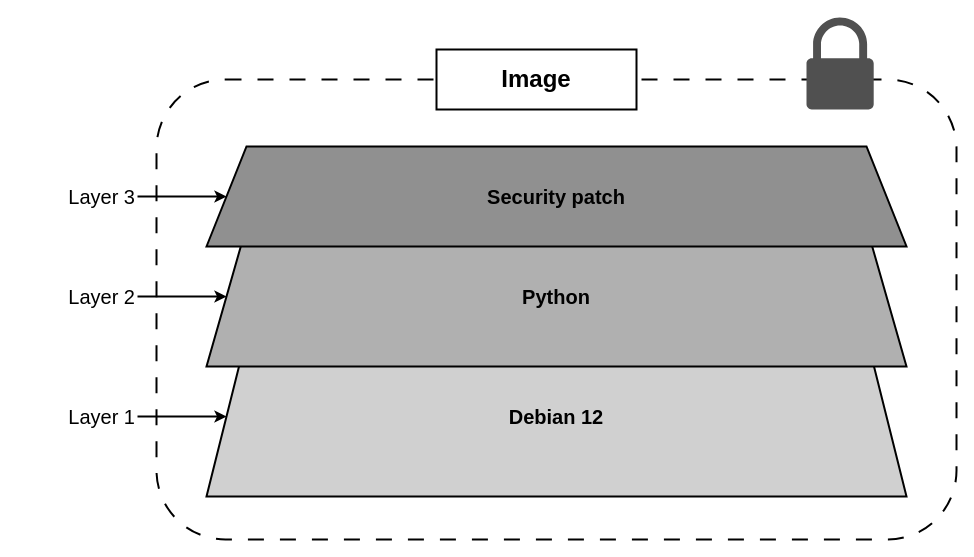
This is figures/poultonDockerDeepDive2019-imageLayerExample.drawio from andygruber/master-thesis-mcce, a draw.io file, before an edit. Source tidied: cells renumbered, new cells numbered last; positions are measured from the earlier drawing's top-left corner, leaving out a move shared by most shapes. Both pictures are drawn from the tidied source at 100%, with x=0, y=0 at pixel (57, 17).
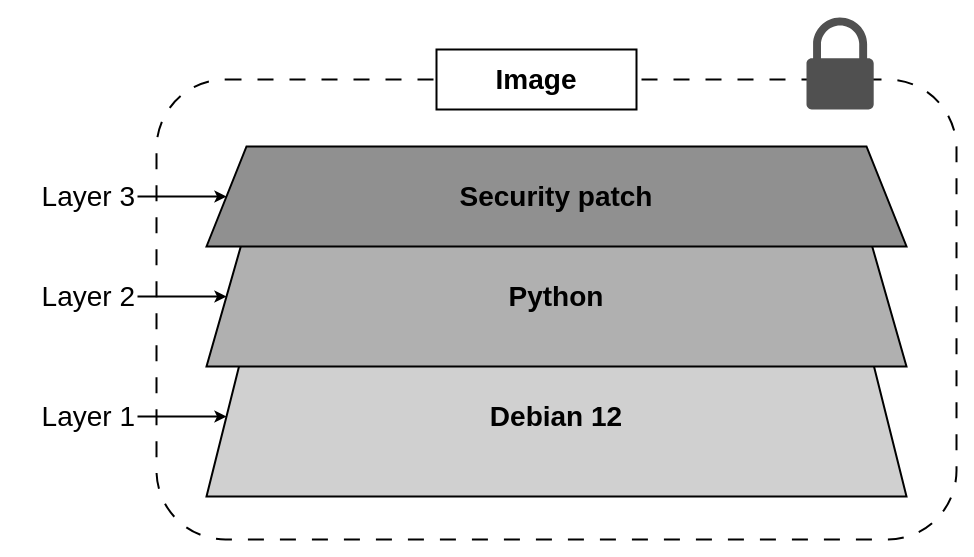
The same diagram, later.

The edit, as a diff of the source:
```diff
@@
 <mxGraphModel>
   <root>
     <mxCell id="0" />
     <mxCell id="1" parent="0" />
     <mxCell id="2" style="rounded=1;whiteSpace=wrap;html=1;fillColor=none;strokeColor=#000000;strokeWidth=2;dashed=1;dashPattern=8 8;" parent="1" vertex="1">
       <mxGeometry x="99" y="62" width="800" height="460" as="geometry" />
     </mxCell>
-    <mxCell id="3" value="Image" style="rounded=0;whiteSpace=wrap;html=1;fillColor=#FFFFFF;strokeColor=#000000;fontColor=#000000;fontSize=24;fontStyle=1;verticalAlign=middle;strokeWidth=2;" parent="1" vertex="1">
+    <mxCell id="3" value="Image" style="rounded=0;whiteSpace=wrap;html=1;fillColor=#FFFFFF;strokeColor=#000000;fontColor=#000000;fontSize=28;fontStyle=1;verticalAlign=middle;strokeWidth=2;" parent="1" vertex="1">
       <mxGeometry x="379" y="32" width="200" height="60" as="geometry" />
     </mxCell>
-    <mxCell id="4" value="Layer 3" style="text;html=1;strokeColor=none;fillColor=none;align=right;verticalAlign=middle;whiteSpace=wrap;rounded=0;fontColor=#000000;fontSize=20;" parent="1" vertex="1">
-      <mxGeometry y="159" width="80" height="40" as="geometry" />
+    <mxCell id="4" value="Layer 3" style="text;html=1;strokeColor=none;fillColor=none;align=right;verticalAlign=middle;whiteSpace=wrap;rounded=0;fontColor=#000000;fontSize=28;" parent="1" vertex="1">
+      <mxGeometry x="-40" y="159" width="120" height="40" as="geometry" />
     </mxCell>
     <mxCell id="5" style="endArrow=classic;html=1;rounded=0;strokeColor=#000000;strokeWidth=2;entryX=0;entryY=0.5;entryDx=0;entryDy=0;" parent="1" edge="1" target="15">
       <mxGeometry relative="1" as="geometry">
         <mxPoint x="80" y="179" as="sourcePoint" />
       </mxGeometry>
     </mxCell>
-    <mxCell id="6" value="Layer 2" style="text;html=1;strokeColor=none;fillColor=none;align=right;verticalAlign=middle;whiteSpace=wrap;rounded=0;fontColor=#000000;fontSize=20;" parent="1" vertex="1">
-      <mxGeometry y="259" width="80" height="40" as="geometry" />
+    <mxCell id="6" value="Layer 2" style="text;html=1;strokeColor=none;fillColor=none;align=right;verticalAlign=middle;whiteSpace=wrap;rounded=0;fontColor=#000000;fontSize=28;" parent="1" vertex="1">
+      <mxGeometry x="-30" y="259" width="110" height="40" as="geometry" />
     </mxCell>
     <mxCell id="7" style="endArrow=classic;html=1;rounded=0;strokeColor=#000000;strokeWidth=2;entryX=0;entryY=0.5;entryDx=0;entryDy=0;" parent="1" edge="1" target="13">
       <mxGeometry relative="1" as="geometry">
         <mxPoint x="80" y="279" as="sourcePoint" />
       </mxGeometry>
     </mxCell>
     <mxCell id="8" style="shape=trapezoid;perimeter=trapezoidPerimeter;whiteSpace=wrap;html=1;fixedSize=1;fillColor=#D0D0D0;strokeColor=#000000;strokeWidth=2;size=40;" parent="1" vertex="1">
       <mxGeometry x="149" y="319" width="700" height="160" as="geometry" />
     </mxCell>
-    <mxCell id="9" value="Debian 12" style="text;html=1;strokeColor=none;fillColor=none;align=center;verticalAlign=middle;whiteSpace=wrap;rounded=0;fontColor=#000000;fontSize=20;fontStyle=1;" parent="1" vertex="1">
+    <mxCell id="9" value="Debian 12" style="text;html=1;strokeColor=none;fillColor=none;align=center;verticalAlign=middle;whiteSpace=wrap;rounded=0;fontColor=#000000;fontSize=28;fontStyle=1;" parent="1" vertex="1">
       <mxGeometry x="399" y="374" width="200" height="50" as="geometry" />
     </mxCell>
-    <mxCell id="10" value="Layer 1" style="text;html=1;strokeColor=none;fillColor=none;align=right;verticalAlign=middle;whiteSpace=wrap;rounded=0;fontColor=#000000;fontSize=20;" parent="1" vertex="1">
-      <mxGeometry y="379" width="80" height="40" as="geometry" />
+    <mxCell id="10" value="Layer 1" style="text;html=1;strokeColor=none;fillColor=none;align=right;verticalAlign=middle;whiteSpace=wrap;rounded=0;fontColor=#000000;fontSize=28;" parent="1" vertex="1">
+      <mxGeometry x="-30" y="379" width="110" height="40" as="geometry" />
     </mxCell>
     <mxCell id="11" style="endArrow=classic;html=1;rounded=0;strokeColor=#000000;strokeWidth=2;entryX=0;entryY=0.5;entryDx=0;entryDy=0;" parent="1" edge="1" target="8">
       <mxGeometry relative="1" as="geometry">
         <mxPoint x="80" y="399" as="sourcePoint" />
       </mxGeometry>
     </mxCell>
     <mxCell id="12" style="sketch=0;shadow=0;dashed=0;html=1;strokeColor=none;fillColor=#505050;labelPosition=center;verticalLabelPosition=bottom;verticalAlign=top;align=center;shape=mxgraph.office.security.lock_protected;" parent="1" vertex="1">
       <mxGeometry x="749" width="67.2" height="92" as="geometry" />
     </mxCell>
     <mxCell id="13" style="shape=trapezoid;perimeter=trapezoidPerimeter;whiteSpace=wrap;html=1;fixedSize=1;fillColor=#B0B0B0;strokeColor=#000000;strokeWidth=2;size=40;" parent="1" vertex="1">
       <mxGeometry x="149" y="209" width="700" height="140" as="geometry" />
     </mxCell>
-    <mxCell id="14" value="Python" style="text;html=1;strokeColor=none;fillColor=none;align=center;verticalAlign=middle;whiteSpace=wrap;rounded=0;fontColor=#000000;fontSize=20;fontStyle=1;" parent="1" vertex="1">
+    <mxCell id="14" value="Python" style="text;html=1;strokeColor=none;fillColor=none;align=center;verticalAlign=middle;whiteSpace=wrap;rounded=0;fontColor=#000000;fontSize=28;fontStyle=1;" parent="1" vertex="1">
       <mxGeometry x="399" y="254" width="200" height="50" as="geometry" />
     </mxCell>
     <mxCell id="15" style="shape=trapezoid;perimeter=trapezoidPerimeter;whiteSpace=wrap;html=1;fixedSize=1;fillColor=#909090;strokeColor=#000000;strokeWidth=2;size=40;" parent="1" vertex="1">
       <mxGeometry x="149" y="129" width="700" height="100" as="geometry" />
     </mxCell>
-    <mxCell id="16" value="Security patch" style="text;html=1;strokeColor=none;fillColor=none;align=center;verticalAlign=middle;whiteSpace=wrap;rounded=0;fontColor=#000000;fontSize=20;fontStyle=1;" parent="1" vertex="1">
+    <mxCell id="16" value="Security patch" style="text;html=1;strokeColor=none;fillColor=none;align=center;verticalAlign=middle;whiteSpace=wrap;rounded=0;fontColor=#000000;fontSize=28;fontStyle=1;" parent="1" vertex="1">
       <mxGeometry x="399" y="154" width="200" height="50" as="geometry" />
     </mxCell>
   </root>
 </mxGraphModel>
```
